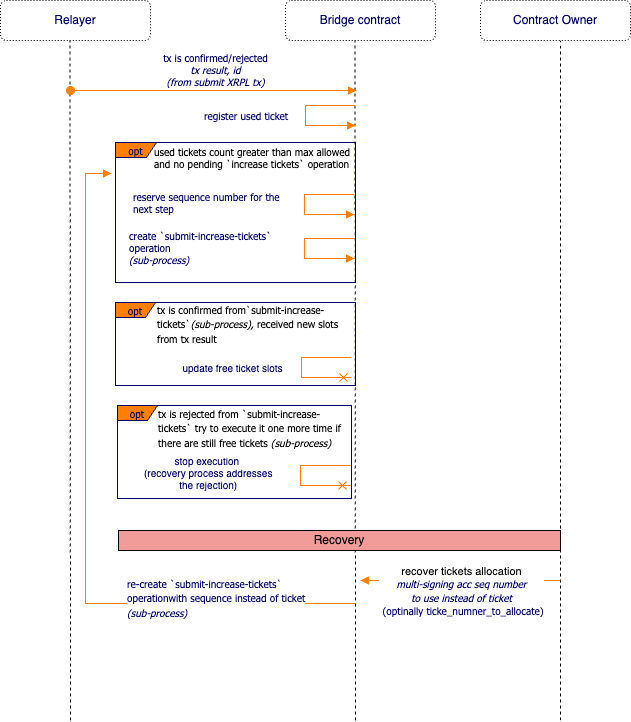
Above: spec/img/allocate-ticket.png in CoreumFoundation/coreumbridge-xrpl (draw.io), before the change. Source tidied: cells renumbered, new cells last; positions are measured from the earlier drawing's top-left corner, leaving out a move shared by most shapes.
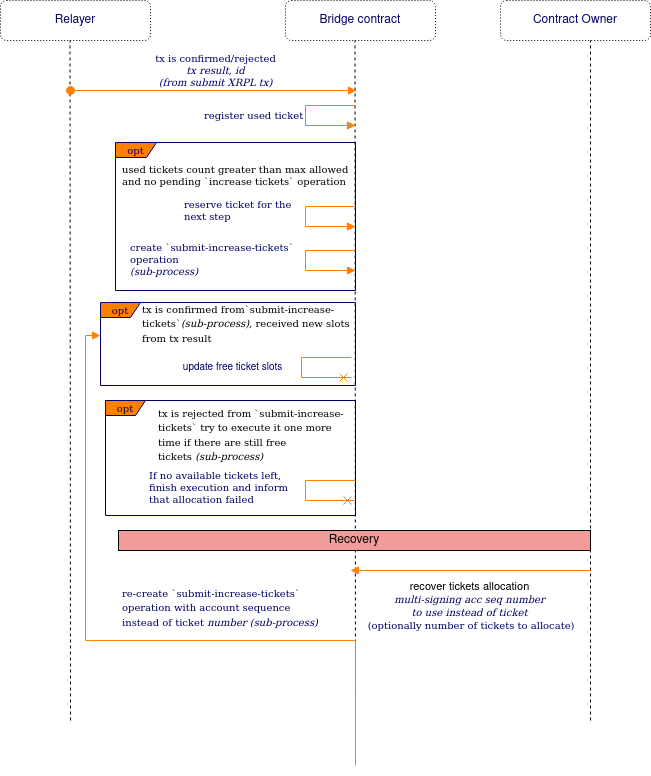
The same diagram one commit later.

Diff of the diagram source:
```diff
@@ -3,16 +3,16 @@
     <mxCell id="0" />
     <mxCell id="1" parent="0" />
     <mxCell id="2" value="opt" style="shape=umlFrame;whiteSpace=wrap;html=1;strokeColor=#000066;fillColor=#FF8000;fontFamily=Tahoma;fontSize=10;fontColor=#000066;align=center;width=40;height=15;" parent="1" vertex="1">
-      <mxGeometry x="115" y="302" width="240" height="83" as="geometry" />
+      <mxGeometry x="100" y="302" width="255" height="83" as="geometry" />
     </mxCell>
     <mxCell id="3" value="&lt;span style=&quot;font-family: Tahoma; font-size: 10px; font-style: normal; font-variant-ligatures: normal; font-variant-caps: normal; font-weight: 400; letter-spacing: normal; orphans: 2; text-align: left; text-indent: 0px; text-transform: none; widows: 2; word-spacing: 0px; -webkit-text-stroke-width: 0px; background-color: rgb(255, 255, 255); text-decoration-thickness: initial; text-decoration-style: initial; text-decoration-color: initial; float: none; display: inline !important;&quot;&gt;tx is confirmed from&lt;/span&gt;&lt;span style=&quot;font-family: Tahoma; font-size: 10px; font-style: normal; font-variant-ligatures: normal; font-variant-caps: normal; font-weight: 400; letter-spacing: normal; orphans: 2; text-align: left; text-indent: 0px; text-transform: none; widows: 2; word-spacing: 0px; -webkit-text-stroke-width: 0px; background-color: rgb(255, 255, 255); text-decoration-thickness: initial; text-decoration-style: initial; text-decoration-color: initial; float: none; display: inline !important;&quot;&gt;`submit-increase-tickets`&lt;/span&gt;&lt;span style=&quot;border-color: var(--border-color); font-family: Tahoma; font-size: 10px; font-style: normal; font-variant-ligatures: normal; font-variant-caps: normal; font-weight: 400; letter-spacing: normal; orphans: 2; text-align: left; text-indent: 0px; text-transform: none; widows: 2; word-spacing: 0px; -webkit-text-stroke-width: 0px; text-decoration-thickness: initial; text-decoration-style: initial; text-decoration-color: initial;&quot;&gt;&lt;i style=&quot;border-color: var(--border-color);&quot;&gt;(sub-process),&amp;nbsp;&lt;/i&gt;received new slots &lt;br&gt;from tx result&lt;/span&gt;" style="text;whiteSpace=wrap;html=1;fontColor=#000000;" parent="1" vertex="1">
-      <mxGeometry x="155" y="296" width="210" height="56" as="geometry" />
+      <mxGeometry x="140" y="296" width="210" height="56" as="geometry" />
     </mxCell>
     <mxCell id="4" value="opt" style="shape=umlFrame;whiteSpace=wrap;html=1;strokeColor=#000066;fillColor=#FF8000;fontFamily=Tahoma;fontSize=10;fontColor=#000066;align=center;width=40;height=15;" parent="1" vertex="1">
-      <mxGeometry x="117" y="405" width="234" height="93" as="geometry" />
+      <mxGeometry x="105" y="400" width="250" height="115" as="geometry" />
     </mxCell>
     <mxCell id="5" value="opt" style="shape=umlFrame;whiteSpace=wrap;html=1;strokeColor=#000066;fillColor=#FF8000;fontFamily=Tahoma;fontSize=10;fontColor=#000066;align=center;width=41;height=15;" parent="1" vertex="1">
-      <mxGeometry x="115" y="142" width="240" height="140" as="geometry" />
+      <mxGeometry x="115" y="142" width="240" height="148" as="geometry" />
     </mxCell>
     <mxCell id="6" value="Relayer" style="rounded=1;whiteSpace=wrap;html=1;fillColor=none;dashed=1;fontColor=#000066;dashPattern=1 2;" parent="1" vertex="1">
       <mxGeometry width="150" height="40" as="geometry" />
@@ -48,26 +48,26 @@
         </Array>
       </mxGeometry>
     </mxCell>
-    <mxCell id="13" value="&lt;span style=&quot;border-color: var(--border-color);&quot;&gt;&lt;div style=&quot;border-color: var(--border-color); font-family: Helvetica; text-align: center;&quot;&gt;stop execution&amp;nbsp;&lt;/div&gt;&lt;div style=&quot;border-color: var(--border-color); font-family: Helvetica; text-align: center;&quot;&gt;(recovery process addresses &lt;br&gt;the rejection)&lt;/div&gt;&lt;/span&gt;" style="edgeStyle=orthogonalEdgeStyle;html=1;align=left;spacingLeft=2;endArrow=cross;rounded=0;strokeColor=#FF8000;fontFamily=Tahoma;fontSize=10;fontColor=#000066;endFill=0;" parent="1" edge="1">
+    <mxCell id="13" value="If no available tickets left,&lt;br&gt;finish execution and inform&lt;br&gt;that allocation failed" style="edgeStyle=orthogonalEdgeStyle;html=1;align=left;spacingLeft=2;endArrow=cross;rounded=0;strokeColor=#FF8000;fontFamily=Tahoma;fontSize=10;fontColor=#000066;endFill=0;" parent="1" edge="1">
       <mxGeometry x="-0.05" y="-160" relative="1" as="geometry">
-        <mxPoint x="350" y="465" as="sourcePoint" />
-        <mxPoint x="350" y="485" as="targetPoint" />
+        <mxPoint x="355" y="480" as="sourcePoint" />
+        <mxPoint x="355" y="500" as="targetPoint" />
         <Array as="points">
-          <mxPoint x="300" y="465" />
-          <mxPoint x="300" y="485" />
+          <mxPoint x="305" y="480" />
+          <mxPoint x="305" y="500" />
         </Array>
       </mxGeometry>
     </mxCell>
     <mxCell id="14" value="used tickets count greater than max allowed&lt;br&gt;and no pending `increase tickets` operation" style="text;html=1;align=left;verticalAlign=top;spacingTop=-4;fontSize=10;fontFamily=Tahoma;fontColor=#000000;" parent="1" vertex="1">
-      <mxGeometry x="152" y="143" width="220" height="30" as="geometry" />
+      <mxGeometry x="120" y="160" width="220" height="30" as="geometry" />
     </mxCell>
     <mxCell id="15" value="create `submit-increase-tickets`&lt;br&gt;operation&lt;br&gt;&lt;i&gt;(sub-process)&lt;/i&gt;" style="edgeStyle=orthogonalEdgeStyle;html=1;align=left;spacingLeft=2;endArrow=block;rounded=0;strokeColor=#FF8000;fontFamily=Tahoma;fontSize=10;fontColor=#000066;endFill=1;" parent="1" edge="1">
       <mxGeometry x="-0.02" y="-179" relative="1" as="geometry">
-        <mxPoint x="354" y="238" as="sourcePoint" />
-        <mxPoint x="354" y="258" as="targetPoint" />
+        <mxPoint x="355" y="250" as="sourcePoint" />
+        <mxPoint x="355" y="270" as="targetPoint" />
         <Array as="points">
-          <mxPoint x="304" y="238" />
-          <mxPoint x="304" y="258" />
+          <mxPoint x="305" y="250" />
+          <mxPoint x="305" y="270" />
         </Array>
       </mxGeometry>
     </mxCell>
@@ -90,16 +90,16 @@
       <mxGeometry x="156" y="400" width="194" height="38" as="geometry" />
     </mxCell>
     <mxCell id="19" value="Recovery" style="rounded=0;whiteSpace=wrap;html=1;fillColor=#F19C99;" parent="1" vertex="1">
-      <mxGeometry x="118" y="530" width="442" height="20" as="geometry" />
+      <mxGeometry x="118" y="530" width="472" height="20" as="geometry" />
     </mxCell>
     <mxCell id="20" value="&lt;span style=&quot;border-color: var(--border-color); text-align: center;&quot;&gt;&lt;br&gt;&lt;/span&gt;" style="edgeStyle=orthogonalEdgeStyle;html=1;align=left;spacingLeft=2;endArrow=block;rounded=0;strokeColor=#FF8000;fontFamily=Tahoma;fontSize=10;fontColor=#000066;endFill=1;" parent="1" edge="1">
       <mxGeometry x="-1" y="-72" relative="1" as="geometry">
-        <mxPoint x="355" y="603" as="sourcePoint" />
-        <mxPoint x="111" y="173" as="targetPoint" />
+        <mxPoint x="355" y="765" as="sourcePoint" />
+        <mxPoint x="100" y="335" as="targetPoint" />
         <Array as="points">
-          <mxPoint x="355" y="603" />
-          <mxPoint x="85" y="603" />
-          <mxPoint x="85" y="173" />
+          <mxPoint x="355" y="640" />
+          <mxPoint x="85" y="640" />
+          <mxPoint x="85" y="335" />
         </Array>
         <mxPoint x="25" y="4" as="offset" />
       </mxGeometry>
@@ -110,38 +110,38 @@
         <mxPoint x="356" y="90" as="targetPoint" />
       </mxGeometry>
     </mxCell>
-    <mxCell id="22" value="reserve sequence number for the &lt;br&gt;next step" style="edgeStyle=orthogonalEdgeStyle;html=1;align=left;spacingLeft=2;endArrow=block;rounded=0;strokeColor=#FF8000;fontFamily=Tahoma;fontSize=10;fontColor=#000066;endFill=1;" parent="1" edge="1">
-      <mxGeometry x="-0.03" y="-175" relative="1" as="geometry">
-        <mxPoint x="354" y="194" as="sourcePoint" />
-        <mxPoint x="354" y="214" as="targetPoint" />
+    <mxCell id="22" value="reserve ticket for the &lt;br&gt;next step" style="edgeStyle=orthogonalEdgeStyle;html=1;align=left;spacingLeft=2;endArrow=block;rounded=0;strokeColor=#FF8000;fontFamily=Tahoma;fontSize=10;fontColor=#000066;endFill=1;" parent="1" edge="1">
+      <mxGeometry x="-0.1" y="-125" relative="1" as="geometry">
+        <mxPoint x="355" y="206" as="sourcePoint" />
+        <mxPoint x="355" y="226" as="targetPoint" />
         <Array as="points">
-          <mxPoint x="304" y="194" />
-          <mxPoint x="304" y="214" />
+          <mxPoint x="305" y="206" />
+          <mxPoint x="305" y="226" />
         </Array>
       </mxGeometry>
     </mxCell>
     <mxCell id="23" style="endArrow=none;dashed=1;html=1;rounded=0;" parent="1" edge="1">
       <mxGeometry relative="1" as="geometry">
-        <mxPoint x="560" y="720" as="sourcePoint" />
-        <mxPoint x="560" y="40" as="targetPoint" />
+        <mxPoint x="590" y="720" as="sourcePoint" />
+        <mxPoint x="590" y="40" as="targetPoint" />
       </mxGeometry>
     </mxCell>
     <mxCell id="24" value="Contract Owner" style="rounded=1;whiteSpace=wrap;html=1;fillColor=none;dashed=1;fontColor=#000066;dashPattern=1 2;" parent="1" vertex="1">
-      <mxGeometry x="480" width="150" height="40" as="geometry" />
+      <mxGeometry x="500" width="150" height="40" as="geometry" />
     </mxCell>
     <mxCell id="25" style="edgeStyle=orthogonalEdgeStyle;html=1;align=left;spacingLeft=2;endArrow=block;rounded=0;strokeColor=#FF8000;fontFamily=Tahoma;fontSize=10;fontColor=#000066;endFill=1;" parent="1" edge="1">
       <mxGeometry relative="1" as="geometry">
-        <mxPoint x="560" y="580" as="sourcePoint" />
-        <mxPoint x="360" y="580" as="targetPoint" />
+        <mxPoint x="590" y="570" as="sourcePoint" />
+        <mxPoint x="350" y="570" as="targetPoint" />
       </mxGeometry>
     </mxCell>
-    <mxCell id="26" value="recover tickets allocation&lt;br style=&quot;border-color: var(--border-color); color: rgb(0, 0, 102); font-family: Tahoma; font-size: 10px;&quot;&gt;&lt;i style=&quot;border-color: var(--border-color); color: rgb(0, 0, 102); font-family: Tahoma; font-size: 10px;&quot;&gt;multi-signing acc seq number&lt;br style=&quot;border-color: var(--border-color);&quot;&gt;to use instead of ticket&lt;/i&gt;&lt;br style=&quot;border-color: var(--border-color); color: rgb(0, 0, 102); font-family: Tahoma; font-size: 10px;&quot;&gt;&lt;span style=&quot;border-color: var(--border-color); color: rgb(0, 0, 102); font-family: Tahoma; font-size: 10px;&quot;&gt;&amp;nbsp;(optinally ticke_numner_to_allocate)&lt;/span&gt;" style="edgeLabel;html=1;align=center;verticalAlign=middle;" parent="25" vertex="1">
+    <mxCell id="26" value="recover tickets allocation&lt;br style=&quot;border-color: var(--border-color); color: rgb(0, 0, 102); font-family: Tahoma; font-size: 10px;&quot;&gt;&lt;i style=&quot;border-color: var(--border-color); color: rgb(0, 0, 102); font-family: Tahoma; font-size: 10px;&quot;&gt;multi-signing acc seq number&lt;br style=&quot;border-color: var(--border-color);&quot;&gt;to use instead of ticket&lt;/i&gt;&lt;br style=&quot;border-color: var(--border-color); color: rgb(0, 0, 102); font-family: Tahoma; font-size: 10px;&quot;&gt;&lt;span style=&quot;border-color: var(--border-color); color: rgb(0, 0, 102); font-family: Tahoma; font-size: 10px;&quot;&gt;&amp;nbsp;(optionally number of tickets to allocate)&lt;/span&gt;" style="edgeLabel;html=1;align=center;verticalAlign=middle;" parent="25" vertex="1">
       <mxGeometry x="0.36" relative="1" as="geometry">
-        <mxPoint x="36" y="10" as="offset" />
+        <mxPoint x="41" y="35" as="offset" />
       </mxGeometry>
     </mxCell>
-    <mxCell id="27" value="&lt;span style=&quot;border-color: var(--border-color); font-style: normal; font-variant-ligatures: normal; font-variant-caps: normal; font-weight: 400; letter-spacing: normal; orphans: 2; text-indent: 0px; text-transform: none; widows: 2; word-spacing: 0px; -webkit-text-stroke-width: 0px; text-decoration-thickness: initial; text-decoration-style: initial; text-decoration-color: initial; color: rgb(0, 0, 102); font-family: Tahoma; font-size: 10px; text-align: center; background-color: rgb(255, 255, 255); float: none; display: inline !important;&quot;&gt;re-create `submit-increase-tickets`&amp;nbsp;&lt;br style=&quot;border-color: var(--border-color);&quot;&gt;&lt;/span&gt;&lt;span style=&quot;border-color: var(--border-color); font-style: normal; font-variant-ligatures: normal; font-variant-caps: normal; font-weight: 400; letter-spacing: normal; orphans: 2; text-align: left; text-indent: 0px; text-transform: none; widows: 2; word-spacing: 0px; -webkit-text-stroke-width: 0px; text-decoration-thickness: initial; text-decoration-style: initial; text-decoration-color: initial; color: rgb(0, 0, 102); font-family: Tahoma; font-size: 10px; background-color: rgb(255, 255, 255);&quot;&gt;operationwith sequence instead of ticket&lt;br style=&quot;border-color: var(--border-color);&quot;&gt;&lt;/span&gt;&lt;i style=&quot;border-color: var(--border-color); font-variant-ligatures: normal; font-variant-caps: normal; font-weight: 400; letter-spacing: normal; orphans: 2; text-align: left; text-indent: 0px; text-transform: none; widows: 2; word-spacing: 0px; -webkit-text-stroke-width: 0px; text-decoration-thickness: initial; text-decoration-style: initial; text-decoration-color: initial; color: rgb(0, 0, 102); font-family: Tahoma; font-size: 10px; background-color: rgb(255, 255, 255);&quot;&gt;(sub-process)&lt;/i&gt;" style="text;whiteSpace=wrap;html=1;" parent="1" vertex="1">
-      <mxGeometry x="125" y="570" width="210" height="70" as="geometry" />
+    <mxCell id="27" value="&lt;span style=&quot;border-color: var(--border-color); font-style: normal; font-variant-ligatures: normal; font-variant-caps: normal; font-weight: 400; letter-spacing: normal; orphans: 2; text-indent: 0px; text-transform: none; widows: 2; word-spacing: 0px; -webkit-text-stroke-width: 0px; text-decoration-thickness: initial; text-decoration-style: initial; text-decoration-color: initial; color: rgb(0, 0, 102); font-family: Tahoma; font-size: 10px; text-align: center; background-color: rgb(255, 255, 255); float: none; display: inline !important;&quot;&gt;re-create `submit-increase-tickets`&amp;nbsp;&lt;br style=&quot;border-color: var(--border-color);&quot;&gt;&lt;/span&gt;&lt;span style=&quot;border-color: var(--border-color); font-style: normal; font-variant-ligatures: normal; font-variant-caps: normal; font-weight: 400; letter-spacing: normal; orphans: 2; text-align: left; text-indent: 0px; text-transform: none; widows: 2; word-spacing: 0px; -webkit-text-stroke-width: 0px; text-decoration-thickness: initial; text-decoration-style: initial; text-decoration-color: initial; color: rgb(0, 0, 102); font-family: Tahoma; font-size: 10px; background-color: rgb(255, 255, 255);&quot;&gt;operation with account sequence instead of ticket&lt;/span&gt;&lt;i style=&quot;border-color: var(--border-color); font-variant-ligatures: normal; font-variant-caps: normal; font-weight: 400; letter-spacing: normal; orphans: 2; text-align: left; text-indent: 0px; text-transform: none; widows: 2; word-spacing: 0px; -webkit-text-stroke-width: 0px; text-decoration-thickness: initial; text-decoration-style: initial; text-decoration-color: initial; color: rgb(0, 0, 102); font-family: Tahoma; font-size: 10px; background-color: rgb(255, 255, 255);&quot;&gt; number (sub-process)&lt;/i&gt;" style="text;whiteSpace=wrap;html=1;" parent="1" vertex="1">
+      <mxGeometry x="120" y="580" width="210" height="70" as="geometry" />
     </mxCell>
   </root>
 </mxGraphModel>
```
